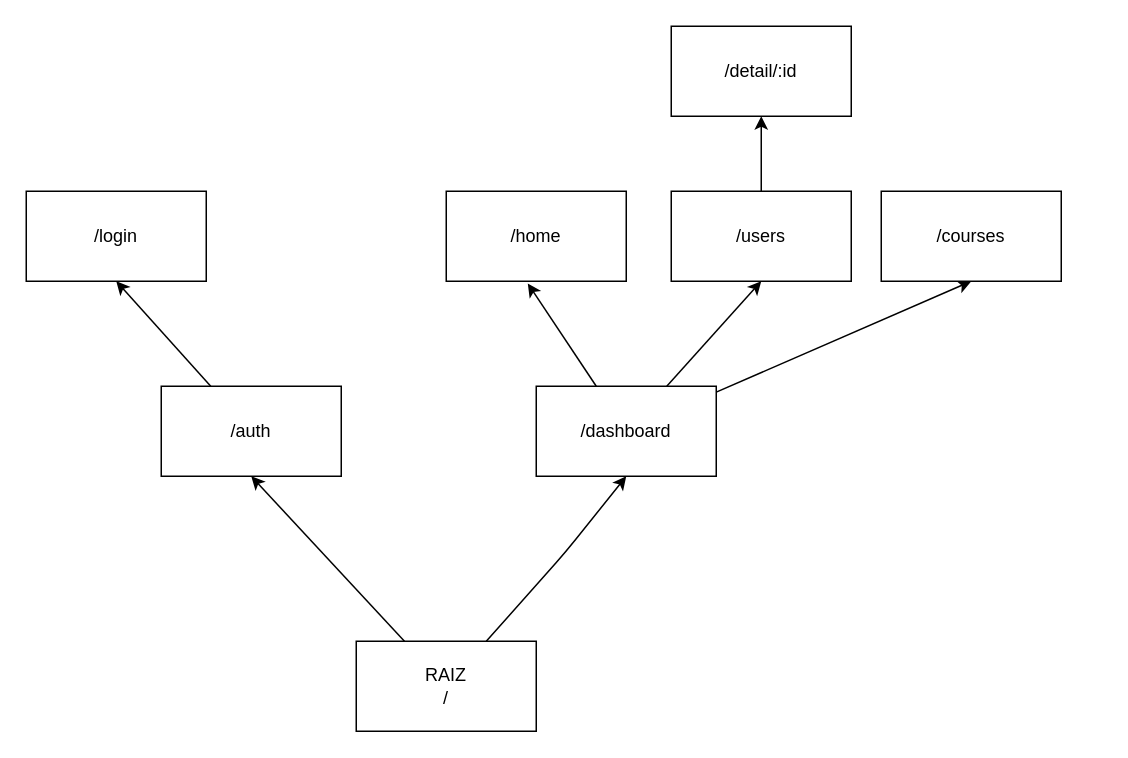
josuedeveloper15/47845-pf-baez keeps this draw.io diagram as docs/routing.drawio. Above is the earlier version. Source tidied: cells renumbered, new cells numbered last; positions are measured from the earlier drawing's top-left corner, leaving out a move shared by most shapes. Both pictures are drawn from the tidied source at 150%, with x=0, y=0 at pixel (26, 26).
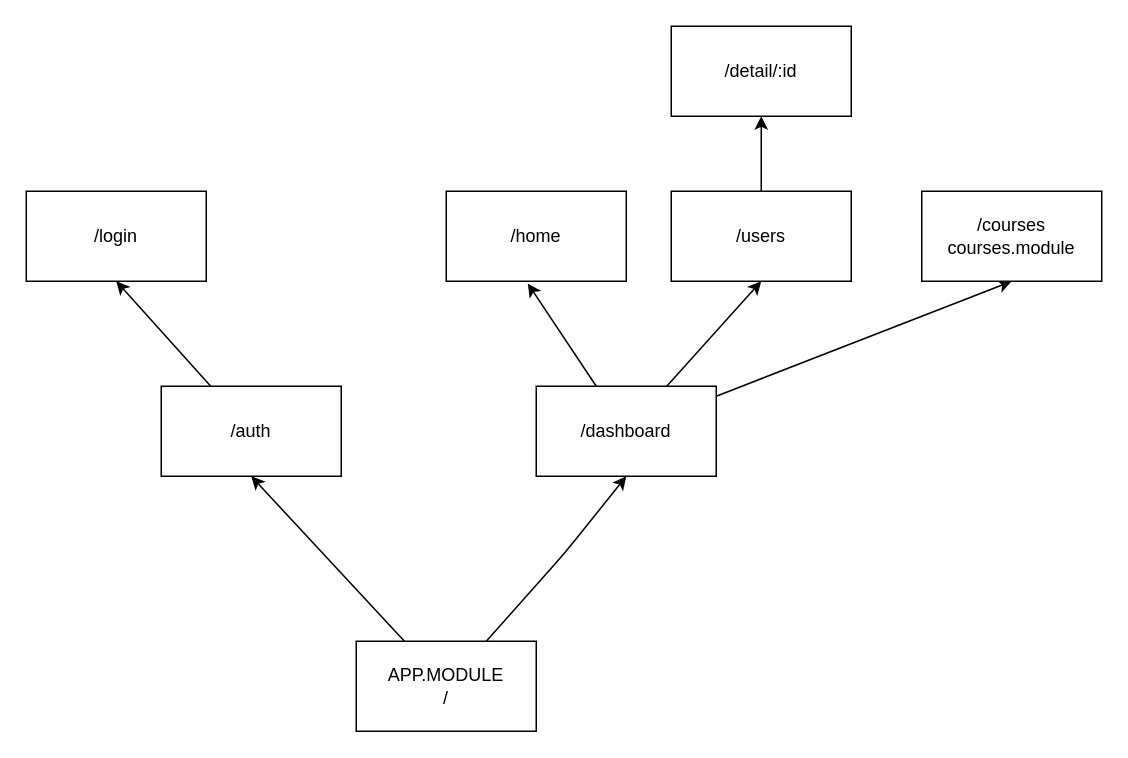
The same diagram, later.

The edit, as a diff of the source:
```diff
@@
 <mxGraphModel>
   <root>
     <mxCell id="0" />
     <mxCell id="1" parent="0" />
     <mxCell id="2" style="edgeStyle=none;html=1;entryX=0.5;entryY=1;entryDx=0;entryDy=0;" parent="1" edge="1" source="4" target="8">
       <mxGeometry relative="1" as="geometry">
         <Array as="points">
           <mxPoint x="360" y="350" />
         </Array>
       </mxGeometry>
     </mxCell>
     <mxCell id="3" style="edgeStyle=none;html=1;entryX=0.5;entryY=1;entryDx=0;entryDy=0;" parent="1" edge="1" source="4" target="10">
       <mxGeometry relative="1" as="geometry" />
     </mxCell>
-    <mxCell id="4" value="RAIZ&lt;br&gt;/" style="rounded=0;whiteSpace=wrap;html=1;" parent="1" vertex="1">
+    <mxCell id="4" value="APP.MODULE&lt;br&gt;/" style="rounded=0;whiteSpace=wrap;html=1;" parent="1" vertex="1">
       <mxGeometry x="220" y="410" width="120" height="60" as="geometry" />
     </mxCell>
     <mxCell id="5" style="edgeStyle=none;html=1;entryX=0.453;entryY=1.024;entryDx=0;entryDy=0;entryPerimeter=0;" parent="1" edge="1" source="8" target="12">
       <mxGeometry relative="1" as="geometry" />
     </mxCell>
     <mxCell id="6" style="edgeStyle=none;html=1;entryX=0.5;entryY=1;entryDx=0;entryDy=0;" parent="1" edge="1" source="8" target="14">
       <mxGeometry relative="1" as="geometry" />
     </mxCell>
     <mxCell id="7" style="edgeStyle=none;html=1;entryX=0.5;entryY=1;entryDx=0;entryDy=0;" parent="1" edge="1" source="8" target="15">
       <mxGeometry relative="1" as="geometry" />
     </mxCell>
     <mxCell id="8" value="/dashboard" style="rounded=0;whiteSpace=wrap;html=1;" parent="1" vertex="1">
       <mxGeometry x="340" y="240" width="120" height="60" as="geometry" />
     </mxCell>
     <mxCell id="9" style="edgeStyle=none;html=1;entryX=0.5;entryY=1;entryDx=0;entryDy=0;" parent="1" edge="1" source="10" target="11">
       <mxGeometry relative="1" as="geometry" />
     </mxCell>
     <mxCell id="10" value="/auth" style="rounded=0;whiteSpace=wrap;html=1;" parent="1" vertex="1">
       <mxGeometry x="90" y="240" width="120" height="60" as="geometry" />
     </mxCell>
     <mxCell id="11" value="/login" style="rounded=0;whiteSpace=wrap;html=1;" parent="1" vertex="1">
       <mxGeometry y="110" width="120" height="60" as="geometry" />
     </mxCell>
     <mxCell id="12" value="/home" style="rounded=0;whiteSpace=wrap;html=1;" parent="1" vertex="1">
       <mxGeometry x="280" y="110" width="120" height="60" as="geometry" />
     </mxCell>
     <mxCell id="13" style="edgeStyle=none;html=1;entryX=0.5;entryY=1;entryDx=0;entryDy=0;" parent="1" edge="1" source="14" target="16">
       <mxGeometry relative="1" as="geometry" />
     </mxCell>
     <mxCell id="14" value="/users" style="rounded=0;whiteSpace=wrap;html=1;" parent="1" vertex="1">
       <mxGeometry x="430" y="110" width="120" height="60" as="geometry" />
     </mxCell>
-    <mxCell id="15" value="/courses" style="rounded=0;whiteSpace=wrap;html=1;" parent="1" vertex="1">
-      <mxGeometry x="570" y="110" width="120" height="60" as="geometry" />
+    <mxCell id="15" value="/courses&lt;br&gt;courses.module" style="rounded=0;whiteSpace=wrap;html=1;" parent="1" vertex="1">
+      <mxGeometry x="597" y="110" width="120" height="60" as="geometry" />
     </mxCell>
     <mxCell id="16" value="/detail/:id" style="rounded=0;whiteSpace=wrap;html=1;" parent="1" vertex="1">
       <mxGeometry x="430" width="120" height="60" as="geometry" />
     </mxCell>
   </root>
 </mxGraphModel>
```
